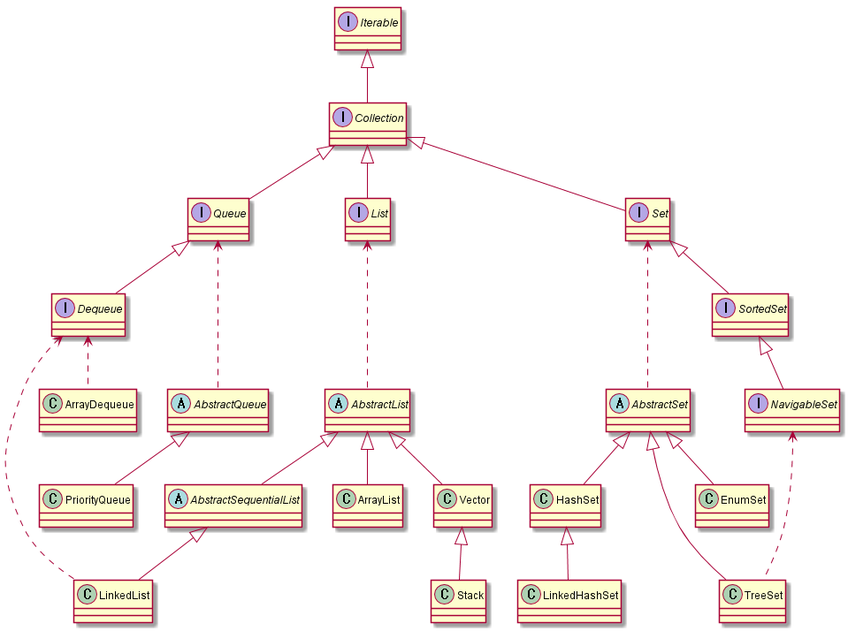
Before: img/java/concept_collectionsframeworkcollection_1.png, a diagram exported from PlantUML (windowforsun/blog).
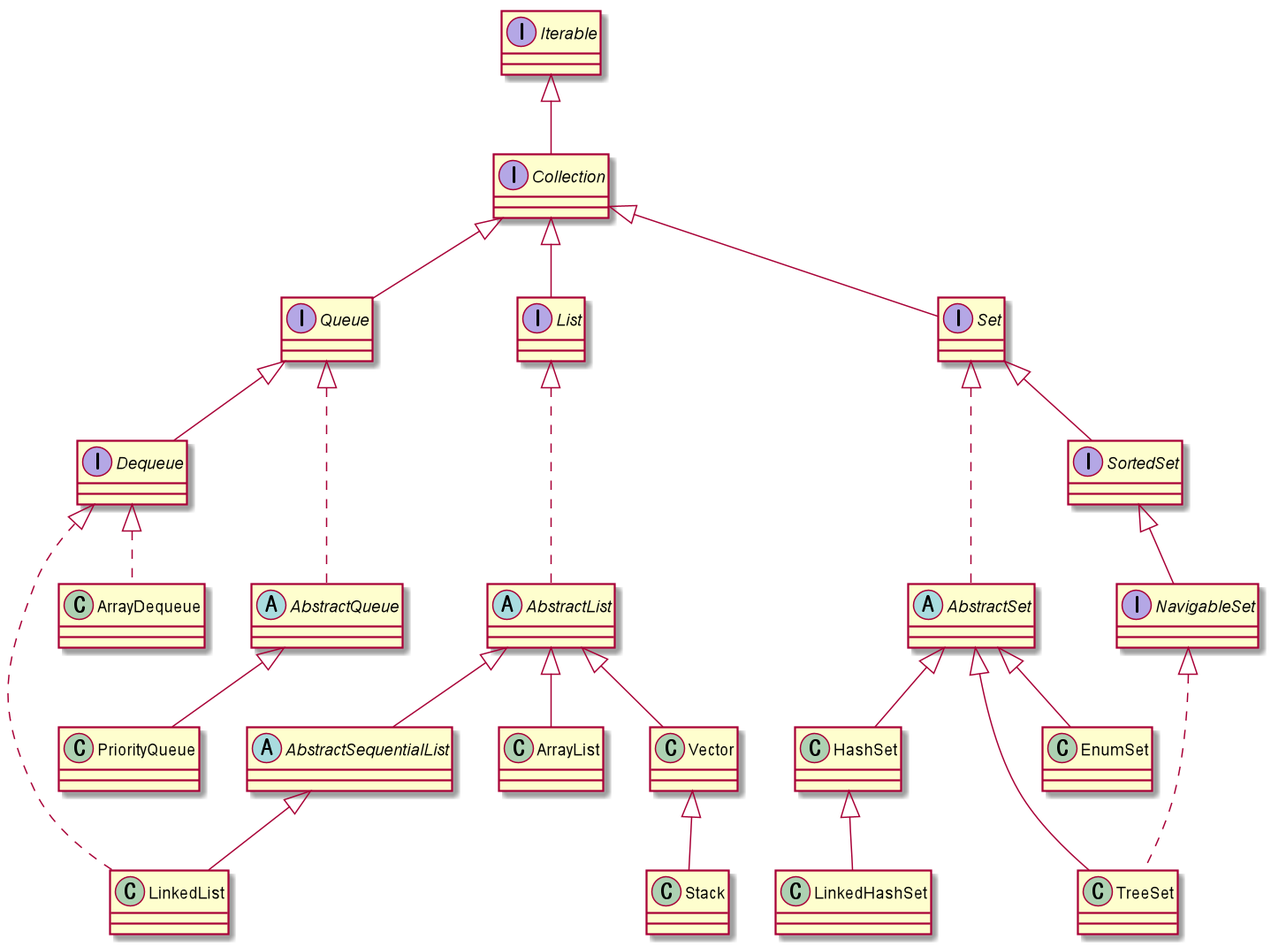
Later version of the same file.

Commit message:
다이어그램 수정

The edit, as a diff of the source:
```diff
@@ -98,25 +98,25 @@
 Set <|-- SortedSet
 SortedSet <|-- NavigableSet
 
-List <... AbstractList
+List <|... AbstractList
 AbstractList <|-- AbstractSequentialList
 AbstractSequentialList <|-- LinkedList
-Dequeue <... LinkedList
+Dequeue <|... LinkedList
 AbstractList <|-- ArrayList
 AbstractList <|-- Vector
 Vector <|-- Stack
 
-Queue <... AbstractQueue
+Queue <|... AbstractQueue
 AbstractQueue <|-- PriorityQueue
 
-Set <... AbstractSet
+Set <|... AbstractSet
 AbstractSet <|-- EnumSet
 AbstractSet <|-- HashSet
 AbstractSet <|-- TreeSet
 HashSet <|-- LinkedHashSet
-NavigableSet <... TreeSet
+NavigableSet <|... TreeSet
 
-Dequeue <.. ArrayDequeue
+Dequeue <|.. ArrayDequeue
 
 
 
```
